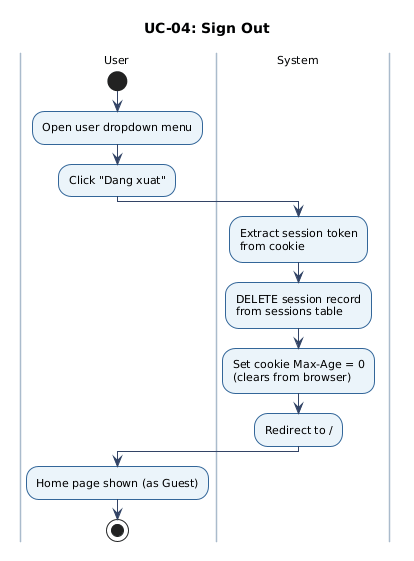
Earlier version of the PlantUML export docs/figures/uc-04-activity.png (chinhbmt122/Software-Architecture). Source of this version:
```plantuml
@startuml
skinparam defaultFontName Arial
skinparam defaultFontSize 11
skinparam ArrowColor #334466
skinparam ActivityBorderColor #336699
skinparam ActivityBackgroundColor #EBF4FA
skinparam ActivityBorderThickness 1
skinparam ActivityDiamondBorderColor #336699
skinparam ActivityDiamondBackgroundColor #FFF9E6
skinparam NoteBackgroundColor #FFFCE0
skinparam NoteBorderColor #CCBB00
skinparam swimlaneBorderColor #AABBCC
skinparam swimlaneWidth 160
skinparam shadowing false
title UC-04: Sign Out
|User|
start
:Open user dropdown menu;
:Click "Dang xuat";
|System|
:Extract session token\nfrom cookie;
:DELETE session record\nfrom sessions table;
:Set cookie Max-Age = 0\n(clears from browser);
:Redirect to /;
|User|
:Home page shown (as Guest);
stop
@enduml
```
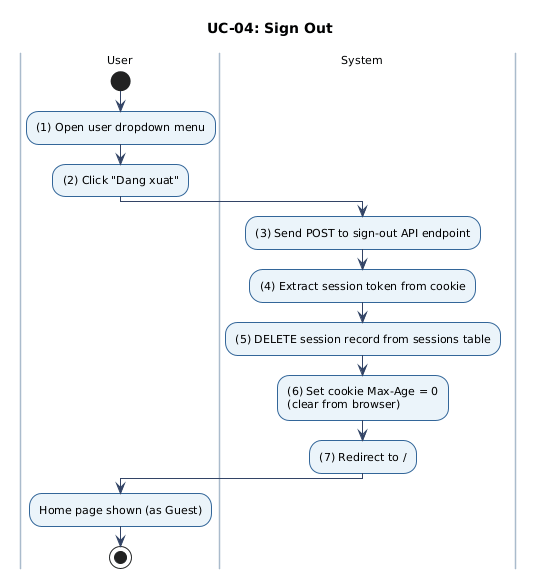
Later version of the same file.

Change to the diagram source:
```diff
@@ -15,13 +15,14 @@
 title UC-04: Sign Out
 |User|
 start
-:Open user dropdown menu;
-:Click "Dang xuat";
+:(1) Open user dropdown menu;
+:(2) Click "Dang xuat";
 |System|
-:Extract session token\nfrom cookie;
-:DELETE session record\nfrom sessions table;
-:Set cookie Max-Age = 0\n(clears from browser);
-:Redirect to /;
+:(3) Send POST to sign-out API endpoint;
+:(4) Extract session token from cookie;
+:(5) DELETE session record from sessions table;
+:(6) Set cookie Max-Age = 0\n(clear from browser);
+:(7) Redirect to /;
 |User|
 :Home page shown (as Guest);
 stop
```
